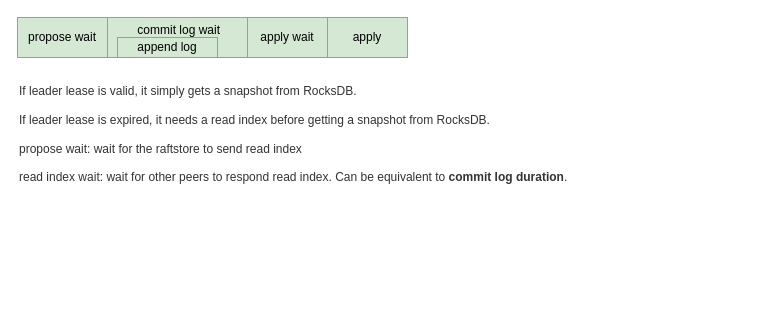
The draw.io diagram src/tikv-async-write.drawio in you06/performance-map, before the edit. Source tidied: cells renumbered, new cells numbered last; positions are measured from the earlier drawing's top-left corner, leaving out a move shared by most shapes. Both pictures are drawn from the tidied source at 100%, with x=0, y=0 at pixel (17, 17).
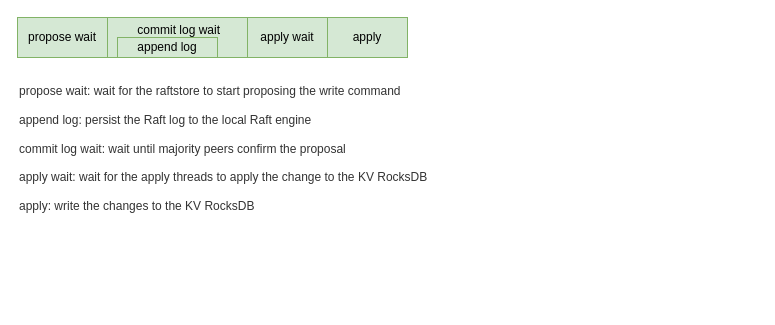
The same page after the edit.

Commit message (it also covers changes not shown here):
update async write descriptions

Diff of the diagram source:
```diff
@@
 <mxGraphModel>
   <root>
     <mxCell id="0" />
     <mxCell id="1" parent="0" />
     <mxCell id="2" style="rounded=0;whiteSpace=wrap;html=1;" parent="1" vertex="1">
       <mxGeometry width="390" height="40" as="geometry" />
     </mxCell>
     <mxCell id="3" value="propose wait" style="rounded=0;whiteSpace=wrap;html=1;fillColor=#d5e8d4;strokeColor=#82b366;" parent="1" vertex="1">
       <mxGeometry width="90" height="40" as="geometry" />
     </mxCell>
     <mxCell id="4" value="&amp;nbsp;commit log wait&lt;br&gt;&amp;nbsp; &amp;nbsp;" style="rounded=0;whiteSpace=wrap;html=1;fillColor=#d5e8d4;strokeColor=#82b366;" parent="1" vertex="1">
       <mxGeometry x="90" width="140" height="40" as="geometry" />
     </mxCell>
-    <mxCell id="5" value="&lt;span style=&quot;color: rgb(51, 51, 51); text-align: center;&quot;&gt;If leader lease is valid, it simply gets a snapshot from RocksDB.&lt;br&gt;&lt;br&gt;If leader lease is expired, it needs a read index before getting a snapshot from RocksDB.&lt;br&gt;&lt;br&gt;propose wait: wait for the raftstore to send read index&lt;br&gt;&lt;br&gt;read index wait: wait for other peers to respond read index. Can be equivalent to &lt;b&gt;commit log duration&lt;/b&gt;.&lt;br&gt;&lt;/span&gt;" style="text;html=1;strokeColor=none;fillColor=none;align=left;verticalAlign=top;whiteSpace=wrap;rounded=0;" parent="1" vertex="1">
+    <mxCell id="5" value="&lt;span style=&quot;color: rgb(51, 51, 51); text-align: center;&quot;&gt;propose wait: wait for the raftstore to start proposing the write command&lt;br&gt;&lt;br&gt;append log: persist the Raft log to the local Raft engine&lt;br&gt;&lt;br&gt;commit log wait: wait until majority peers confirm the proposal&lt;br&gt;&lt;br&gt;apply wait: wait for the apply threads to apply the change to the KV RocksDB&lt;br&gt;&lt;br&gt;apply: write the changes to the KV RocksDB&lt;br&gt;&lt;/span&gt;" style="text;html=1;strokeColor=none;fillColor=none;align=left;verticalAlign=top;whiteSpace=wrap;rounded=0;" parent="1" vertex="1">
       <mxGeometry y="60" width="740" height="230" as="geometry" />
     </mxCell>
     <mxCell id="6" value="append log" style="rounded=0;whiteSpace=wrap;html=1;fillColor=#d5e8d4;strokeColor=#82b366;" parent="1" vertex="1">
       <mxGeometry x="100" y="20" width="100" height="20" as="geometry" />
     </mxCell>
     <mxCell id="7" value="apply wait" style="rounded=0;whiteSpace=wrap;html=1;fillColor=#d5e8d4;strokeColor=#82b366;" parent="1" vertex="1">
       <mxGeometry x="230" width="80" height="40" as="geometry" />
     </mxCell>
     <mxCell id="8" value="apply" style="rounded=0;whiteSpace=wrap;html=1;fillColor=#d5e8d4;strokeColor=#82b366;" parent="1" vertex="1">
       <mxGeometry x="310" width="80" height="40" as="geometry" />
     </mxCell>
   </root>
 </mxGraphModel>
```
